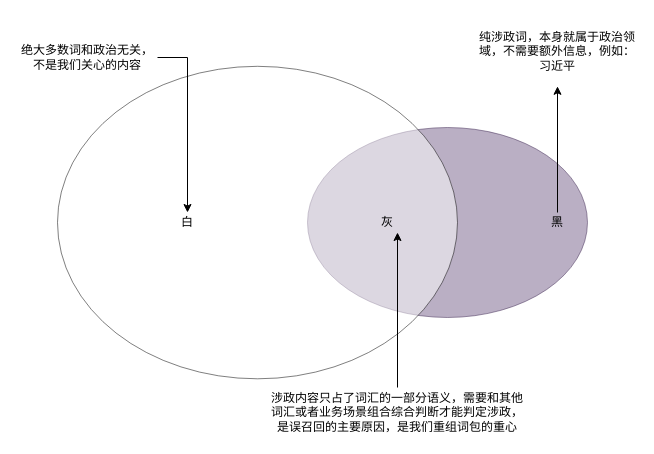
fpcsong/diagram keeps this draw.io diagram as keywords_rules.drawio. Above is the earlier version. Source tidied: cells renumbered, new cells numbered last; positions are measured from the earlier drawing's top-left corner, leaving out a move shared by most shapes. Both pictures are drawn from the tidied source at 100%, with x=0, y=0 at pixel (17, 17).
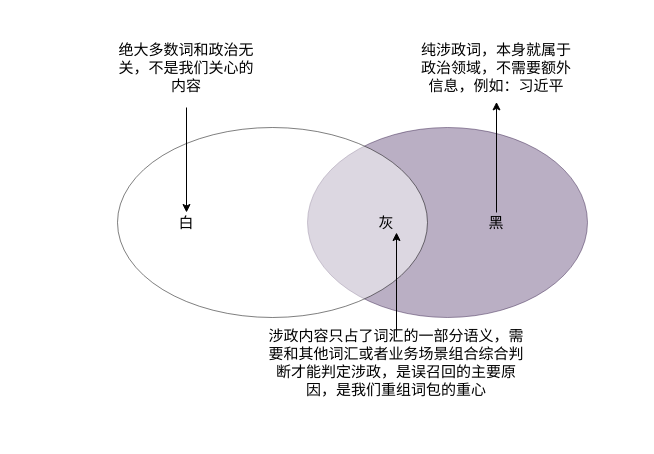
Above is the later version.

Diff of the diagram source:
```diff
@@
 <mxGraphModel>
   <root>
     <mxCell id="0" />
     <mxCell id="1" parent="0" />
     <mxCell id="2" style="ellipse;whiteSpace=wrap;html=1;sketch=0;shadow=0;fillColor=#76608a;strokeColor=#432D57;fontColor=#ffffff;opacity=50;" parent="1" vertex="1">
       <mxGeometry x="290" y="110" width="280" height="190" as="geometry" />
     </mxCell>
     <mxCell id="3" style="ellipse;whiteSpace=wrap;html=1;shadow=0;sketch=0;gradientDirection=west;opacity=50;" parent="1" vertex="1">
-      <mxGeometry x="40" y="48.8" width="400" height="312.5" as="geometry" />
+      <mxGeometry x="100" y="110" width="310" height="190" as="geometry" />
     </mxCell>
-    <mxCell id="4" value="白" style="text;html=1;strokeColor=none;fillColor=none;align=center;verticalAlign=middle;whiteSpace=wrap;rounded=0;shadow=0;sketch=0;" parent="1" vertex="1">
-      <mxGeometry x="150" y="195" width="40" height="20" as="geometry" />
+    <mxCell id="4" value="白" style="text;html=1;strokeColor=none;fillColor=none;align=center;verticalAlign=middle;whiteSpace=wrap;rounded=0;shadow=0;sketch=0;fontSize=15;" parent="1" vertex="1">
+      <mxGeometry x="149" y="195" width="40" height="20" as="geometry" />
     </mxCell>
     <mxCell id="5" style="edgeStyle=orthogonalEdgeStyle;rounded=0;jettySize=auto;html=1;" parent="1" edge="1" source="6" target="12">
       <mxGeometry relative="1" as="geometry" />
     </mxCell>
-    <mxCell id="6" value="黑" style="text;html=1;strokeColor=none;fillColor=none;align=center;verticalAlign=middle;whiteSpace=wrap;rounded=0;shadow=0;sketch=0;" parent="1" vertex="1">
-      <mxGeometry x="520" y="195" width="40" height="20" as="geometry" />
+    <mxCell id="6" value="黑" style="text;html=1;strokeColor=none;fillColor=none;align=center;verticalAlign=middle;whiteSpace=wrap;rounded=0;shadow=0;sketch=0;fontSize=15;" parent="1" vertex="1">
+      <mxGeometry x="459" y="195" width="40" height="20" as="geometry" />
     </mxCell>
-    <mxCell id="7" value="灰" style="text;html=1;strokeColor=none;fillColor=none;align=center;verticalAlign=middle;whiteSpace=wrap;rounded=0;shadow=0;sketch=0;" parent="1" vertex="1">
-      <mxGeometry x="350" y="195" width="40" height="20" as="geometry" />
+    <mxCell id="7" value="灰" style="text;html=1;strokeColor=none;fillColor=none;align=center;verticalAlign=middle;whiteSpace=wrap;rounded=0;shadow=0;sketch=0;fontSize=15;" parent="1" vertex="1">
+      <mxGeometry x="349" y="195" width="40" height="20" as="geometry" />
     </mxCell>
     <mxCell id="8" style="edgeStyle=orthogonalEdgeStyle;rounded=0;jettySize=auto;html=1;entryX=0.5;entryY=0;entryDx=0;entryDy=0;" parent="1" edge="1" source="9" target="4">
       <mxGeometry relative="1" as="geometry" />
     </mxCell>
-    <mxCell id="9" value="绝大多数词和政治无关，不是我们关心的内容" style="text;html=1;strokeColor=none;fillColor=none;align=center;verticalAlign=middle;whiteSpace=wrap;rounded=0;shadow=0;sketch=0;" parent="1" vertex="1">
-      <mxGeometry width="140" height="80" as="geometry" />
+    <mxCell id="9" value="绝大多数词和政治无关，不是我们关心的内容" style="text;html=1;strokeColor=none;fillColor=none;align=center;verticalAlign=middle;whiteSpace=wrap;rounded=0;shadow=0;sketch=0;fontSize=15;" parent="1" vertex="1">
+      <mxGeometry x="99" y="10" width="140" height="80" as="geometry" />
     </mxCell>
     <mxCell id="10" style="edgeStyle=orthogonalEdgeStyle;rounded=0;jettySize=auto;html=1;entryX=0.75;entryY=1;entryDx=0;entryDy=0;" parent="1" edge="1" source="11" target="7">
       <mxGeometry relative="1" as="geometry" />
     </mxCell>
-    <mxCell id="11" value="涉政内容只占了词汇的一部分语义，需要和其他词汇或者业务场景组合综合判断才能判定涉政，是误召回的主要原因，是我们重组词包的重心" style="text;html=1;strokeColor=none;fillColor=none;align=center;verticalAlign=middle;whiteSpace=wrap;rounded=0;shadow=0;sketch=0;" parent="1" vertex="1">
-      <mxGeometry x="250" y="370" width="260" height="50" as="geometry" />
+    <mxCell id="11" value="涉政内容只占了词汇的一部分语义，需要和其他词汇或者业务场景组合综合判断才能判定涉政，是误召回的主要原因，是我们重组词包的重心" style="text;html=1;strokeColor=none;fillColor=none;align=center;verticalAlign=middle;whiteSpace=wrap;rounded=0;shadow=0;sketch=0;fontSize=15;" parent="1" vertex="1">
+      <mxGeometry x="249" y="320" width="260" height="50" as="geometry" />
     </mxCell>
-    <mxCell id="12" value="纯涉政词，本身就属于政治领域，不需要额外信息，例如：习近平" style="text;html=1;strokeColor=none;fillColor=none;align=center;verticalAlign=middle;whiteSpace=wrap;rounded=0;shadow=0;sketch=0;" parent="1" vertex="1">
-      <mxGeometry x="460" width="160" height="68.8" as="geometry" />
+    <mxCell id="12" value="纯涉政词，本身就属于政治领域，不需要额外信息，例如：习近平" style="text;html=1;strokeColor=none;fillColor=none;align=center;verticalAlign=middle;whiteSpace=wrap;rounded=0;shadow=0;sketch=0;fontSize=15;" parent="1" vertex="1">
+      <mxGeometry x="399" y="15.6" width="160" height="68.8" as="geometry" />
     </mxCell>
   </root>
 </mxGraphModel>
```
